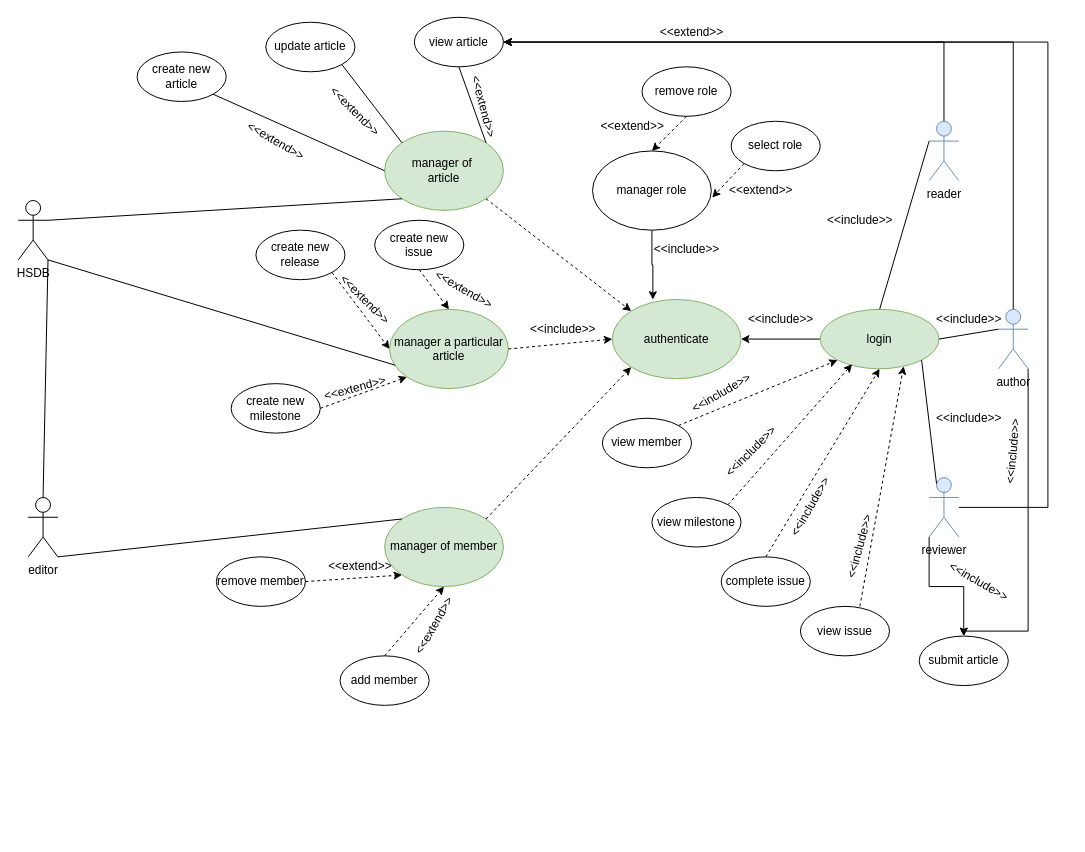
Before: Untitled ff.drawio in stephenka00/github-slideshow, a draw.io diagram. Source tidied: cells renumbered, new cells numbered last; positions are measured from the earlier drawing's top-left corner, leaving out a move shared by most shapes. Both pictures are drawn from the tidied source at 99%, with x=0, y=0 at pixel (18, 17).
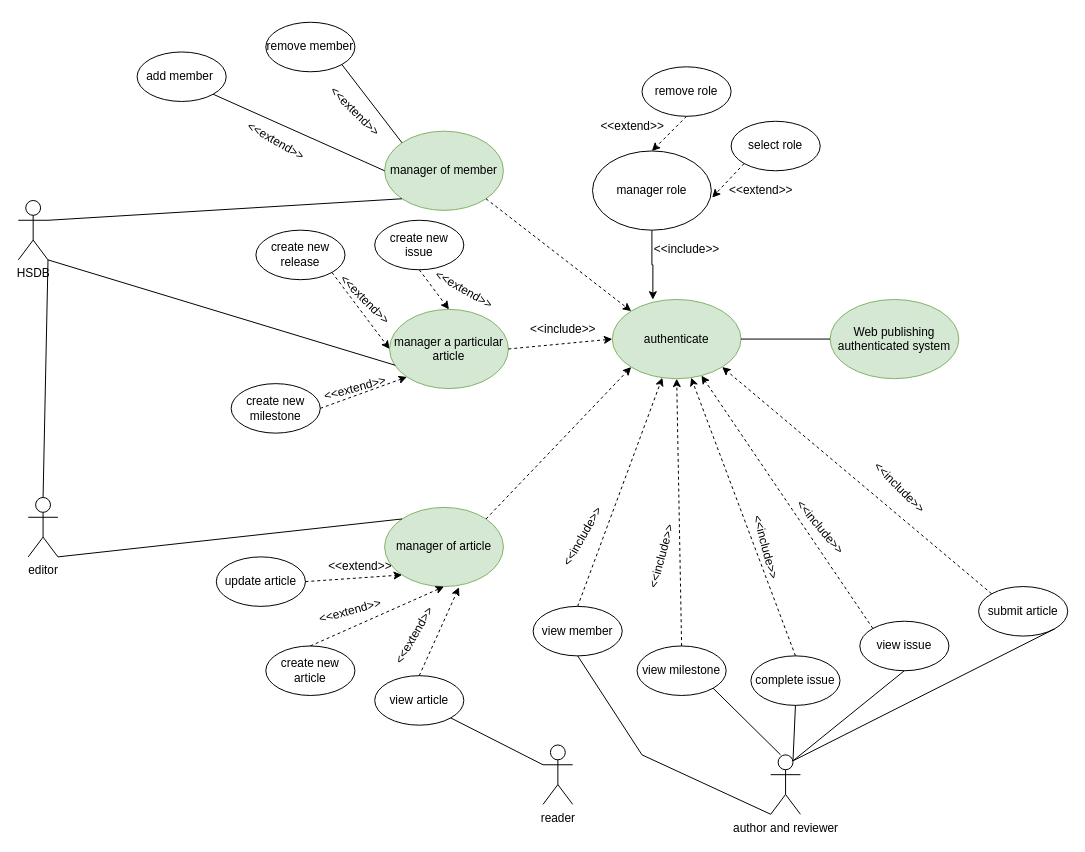
Above is the later version.

Unchanged cells that the change refers to:
```xml
<mxCell id="10" value="authenticate" style="ellipse;whiteSpace=wrap;html=1;fillColor=#d5e8d4;strokeColor=#82b366;" parent="1" vertex="1">
  <mxGeometry x="600" y="285" width="130" height="80" as="geometry" />
</mxCell>
```

What changed in the source:
```diff
@@
-    <mxCell id="2" style="edgeStyle=orthogonalEdgeStyle;rounded=0;jettySize=auto;html=1;entryX=1;entryY=0.5;entryDx=0;entryDy=0;strokeColor=default;" parent="1" edge="1" source="4" target="24">
-      <mxGeometry relative="1" as="geometry">
-        <Array as="points">
-          <mxPoint x="1005" y="25" />
-        </Array>
-      </mxGeometry>
-    </mxCell>
-    <mxCell id="3" style="edgeStyle=orthogonalEdgeStyle;rounded=0;jettySize=auto;html=1;exitX=1;exitY=1;exitDx=0;exitDy=0;exitPerimeter=0;strokeColor=default;" parent="1" edge="1" source="4" target="78">
-      <mxGeometry relative="1" as="geometry">
-        <Array as="points">
-          <mxPoint x="1020" y="620" />
-        </Array>
-      </mxGeometry>
-    </mxCell>
-    <mxCell id="4" value="author" style="shape=umlActor;verticalLabelPosition=bottom;verticalAlign=top;html=1;outlineConnect=0;fillColor=#dae8fc;strokeColor=#6c8ebf;" parent="1" vertex="1">
-      <mxGeometry x="990" y="295" width="30" height="60" as="geometry" />
-    </mxCell>
-    <mxCell id="5" style="edgeStyle=orthogonalEdgeStyle;rounded=0;jettySize=auto;html=1;entryX=1;entryY=0.5;entryDx=0;entryDy=0;strokeColor=default;" parent="1" edge="1" source="7" target="24">
-      <mxGeometry relative="1" as="geometry">
-        <Array as="points">
-          <mxPoint x="1040" y="495" />
-          <mxPoint x="1040" y="25" />
-        </Array>
-      </mxGeometry>
-    </mxCell>
-    <mxCell id="6" style="edgeStyle=orthogonalEdgeStyle;rounded=0;jettySize=auto;html=1;exitX=0;exitY=1;exitDx=0;exitDy=0;exitPerimeter=0;entryX=0.5;entryY=0;entryDx=0;entryDy=0;strokeColor=default;" parent="1" edge="1" source="7" target="78">
-      <mxGeometry relative="1" as="geometry" />
-    </mxCell>
-    <mxCell id="7" value="reviewer" style="shape=umlActor;verticalLabelPosition=bottom;verticalAlign=top;html=1;outlineConnect=0;fillColor=#dae8fc;strokeColor=#6c8ebf;" parent="1" vertex="1">
-      <mxGeometry x="920" y="465" width="30" height="60" as="geometry" />
-    </mxCell>
-    <mxCell id="8" style="edgeStyle=orthogonalEdgeStyle;rounded=0;jettySize=auto;html=1;entryX=1;entryY=0.5;entryDx=0;entryDy=0;strokeColor=default;" parent="1" edge="1" source="9" target="24">
-      <mxGeometry relative="1" as="geometry">
-        <Array as="points">
-          <mxPoint x="935" y="25" />
-        </Array>
-      </mxGeometry>
-    </mxCell>
-    <mxCell id="9" value="reader" style="shape=umlActor;verticalLabelPosition=bottom;verticalAlign=top;html=1;outlineConnect=0;fillColor=#dae8fc;strokeColor=#6c8ebf;" parent="1" vertex="1">
-      <mxGeometry x="920" y="105" width="30" height="60" as="geometry" />
-    </mxCell>
@@
-    <mxCell id="11" value="manager of&amp;nbsp;&lt;br&gt;article" style="ellipse;whiteSpace=wrap;html=1;fillColor=#d5e8d4;strokeColor=#82b366;" parent="1" vertex="1">
+    <mxCell id="11" value="manager of member" style="ellipse;whiteSpace=wrap;html=1;fillColor=#d5e8d4;strokeColor=#82b366;" parent="1" vertex="1">
       <mxGeometry x="370" y="115" width="120" height="80" as="geometry" />
     </mxCell>
@@
-    <mxCell id="13" value="manager of member" style="ellipse;whiteSpace=wrap;html=1;fillColor=#d5e8d4;strokeColor=#82b366;" parent="1" vertex="1">
+    <mxCell id="13" value="manager of article" style="ellipse;whiteSpace=wrap;html=1;fillColor=#d5e8d4;strokeColor=#82b366;" parent="1" vertex="1">
       <mxGeometry x="370" y="495" width="120" height="80" as="geometry" />
     </mxCell>
-    <mxCell id="14" style="edgeStyle=orthogonalEdgeStyle;rounded=0;jettySize=auto;html=1;entryX=1;entryY=0.5;entryDx=0;entryDy=0;" parent="1" edge="1" source="15" target="10">
-      <mxGeometry relative="1" as="geometry" />
-    </mxCell>
-    <mxCell id="15" value="login" style="ellipse;whiteSpace=wrap;html=1;fillColor=#d5e8d4;strokeColor=#82b366;" parent="1" vertex="1">
-      <mxGeometry x="810" y="295" width="120" height="60" as="geometry" />
+    <mxCell id="15" value="Web publishing authenticated system" style="ellipse;whiteSpace=wrap;html=1;fillColor=#d5e8d4;strokeColor=#82b366;" parent="1" vertex="1">
+      <mxGeometry x="820" y="285" width="130" height="80" as="geometry" />
     </mxCell>
-    <mxCell id="16" style="endArrow=none;html=1;rounded=0;exitX=0.25;exitY=0.1;exitDx=0;exitDy=0;exitPerimeter=0;entryX=1;entryY=1;entryDx=0;entryDy=0;" parent="1" edge="1" source="7" target="15">
-      <mxGeometry relative="1" as="geometry" />
-    </mxCell>
-    <mxCell id="17" style="endArrow=none;html=1;rounded=0;exitX=1;exitY=0.5;exitDx=0;exitDy=0;entryX=0;entryY=0.3333333333333333;entryDx=0;entryDy=0;entryPerimeter=0;" parent="1" edge="1" source="15" target="4">
-      <mxGeometry relative="1" as="geometry" />
-    </mxCell>
-    <mxCell id="18" style="endArrow=none;html=1;rounded=0;entryX=0;entryY=0.3333333333333333;entryDx=0;entryDy=0;entryPerimeter=0;exitX=0.5;exitY=0;exitDx=0;exitDy=0;" parent="1" edge="1" source="15" target="9">
-      <mxGeometry relative="1" as="geometry" />
-    </mxCell>
-    <mxCell id="19" value="&amp;lt;&amp;lt;include&amp;gt;&amp;gt;" style="text;html=1;align=center;verticalAlign=middle;strokeColor=none;fillColor=none;" parent="1" vertex="1">
-      <mxGeometry x="730" y="295" width="80" height="20" as="geometry" />
-    </mxCell>
-    <mxCell id="20" value="&amp;lt;&amp;lt;include&amp;gt;&amp;gt;" style="text;html=1;align=center;verticalAlign=middle;strokeColor=none;fillColor=none;" parent="1" vertex="1">
-      <mxGeometry x="920" y="295" width="80" height="20" as="geometry" />
-    </mxCell>
-    <mxCell id="21" value="&amp;lt;&amp;lt;include&amp;gt;&amp;gt;" style="text;html=1;align=center;verticalAlign=middle;strokeColor=none;fillColor=none;" parent="1" vertex="1">
-      <mxGeometry x="920" y="395" width="80" height="20" as="geometry" />
-    </mxCell>
-    <mxCell id="22" value="&amp;lt;&amp;lt;include&amp;gt;&amp;gt;" style="text;html=1;align=center;verticalAlign=middle;strokeColor=none;fillColor=none;" parent="1" vertex="1">
-      <mxGeometry x="810" y="195" width="80" height="20" as="geometry" />
-    </mxCell>
-    <mxCell id="23" value="update article" style="ellipse;whiteSpace=wrap;html=1;" parent="1" vertex="1">
+    <mxCell id="23" value="remove member" style="ellipse;whiteSpace=wrap;html=1;" parent="1" vertex="1">
       <mxGeometry x="250" y="5" width="90" height="50" as="geometry" />
     </mxCell>
     <mxCell id="24" value="view article" style="ellipse;whiteSpace=wrap;html=1;" parent="1" vertex="1">
-      <mxGeometry x="400" width="90" height="50" as="geometry" />
+      <mxGeometry x="360" y="665" width="90" height="50" as="geometry" />
     </mxCell>
-    <mxCell id="25" value="create new article" style="ellipse;whiteSpace=wrap;html=1;" parent="1" vertex="1">
+    <mxCell id="25" value="add member&amp;nbsp;" style="ellipse;whiteSpace=wrap;html=1;" parent="1" vertex="1">
       <mxGeometry x="120" y="35" width="90" height="50" as="geometry" />
     </mxCell>
@@
-    <mxCell id="28" style="endArrow=none;html=1;rounded=0;entryX=0.5;entryY=1;entryDx=0;entryDy=0;exitX=1;exitY=0;exitDx=0;exitDy=0;" parent="1" edge="1" source="11" target="24">
-      <mxGeometry relative="1" as="geometry" />
-    </mxCell>
@@
     <mxCell id="32" value="view issue" style="ellipse;whiteSpace=wrap;html=1;" parent="1" vertex="1">
-      <mxGeometry x="790" y="595" width="90" height="50" as="geometry" />
+      <mxGeometry x="850" y="610" width="90" height="50" as="geometry" />
     </mxCell>
     <mxCell id="33" value="view milestone" style="ellipse;whiteSpace=wrap;html=1;" parent="1" vertex="1">
-      <mxGeometry x="640" y="485" width="90" height="50" as="geometry" />
+      <mxGeometry x="625" y="635" width="90" height="50" as="geometry" />
     </mxCell>
     <mxCell id="34" value="view member" style="ellipse;whiteSpace=wrap;html=1;" parent="1" vertex="1">
-      <mxGeometry x="590" y="405" width="90" height="50" as="geometry" />
+      <mxGeometry x="520" y="595" width="90" height="50" as="geometry" />
     </mxCell>
     <mxCell id="35" value="complete issue" style="ellipse;whiteSpace=wrap;html=1;" parent="1" vertex="1">
-      <mxGeometry x="710" y="545" width="90" height="50" as="geometry" />
+      <mxGeometry x="740" y="645" width="90" height="50" as="geometry" />
     </mxCell>
-    <mxCell id="36" value="add member" style="ellipse;whiteSpace=wrap;html=1;" parent="1" vertex="1">
-      <mxGeometry x="325" y="645" width="90" height="50" as="geometry" />
+    <mxCell id="36" value="create new article" style="ellipse;whiteSpace=wrap;html=1;" parent="1" vertex="1">
+      <mxGeometry x="250" y="635" width="90" height="50" as="geometry" />
     </mxCell>
-    <mxCell id="37" value="remove member" style="ellipse;whiteSpace=wrap;html=1;" parent="1" vertex="1">
+    <mxCell id="37" value="update article" style="ellipse;whiteSpace=wrap;html=1;" parent="1" vertex="1">
       <mxGeometry x="200" y="545" width="90" height="50" as="geometry" />
     </mxCell>
@@
-    <mxCell id="46" style="endArrow=classic;html=1;rounded=0;dashed=1;strokeColor=default;exitX=1;exitY=0;exitDx=0;exitDy=0;entryX=0;entryY=1;entryDx=0;entryDy=0;" parent="1" edge="1" source="34" target="15">
-      <mxGeometry relative="1" as="geometry" />
-    </mxCell>
-    <mxCell id="47" style="endArrow=classic;html=1;rounded=0;dashed=1;strokeColor=default;exitX=1;exitY=0;exitDx=0;exitDy=0;entryX=0.268;entryY=0.924;entryDx=0;entryDy=0;entryPerimeter=0;" parent="1" edge="1" source="33" target="15">
-      <mxGeometry relative="1" as="geometry" />
-    </mxCell>
-    <mxCell id="48" style="endArrow=classic;html=1;rounded=0;dashed=1;strokeColor=default;exitX=0.5;exitY=0;exitDx=0;exitDy=0;entryX=0.5;entryY=1;entryDx=0;entryDy=0;" parent="1" edge="1" source="35" target="15">
-      <mxGeometry relative="1" as="geometry" />
-    </mxCell>
-    <mxCell id="49" style="endArrow=classic;html=1;rounded=0;dashed=1;strokeColor=default;entryX=0.702;entryY=0.959;entryDx=0;entryDy=0;entryPerimeter=0;" parent="1" edge="1" target="15">
-      <mxGeometry relative="1" as="geometry">
-        <mxPoint x="850" y="595" as="sourcePoint" />
-      </mxGeometry>
-    </mxCell>
@@
-    <mxCell id="65" value="&amp;lt;&amp;lt;include&amp;gt;&amp;gt;" style="text;html=1;align=center;verticalAlign=middle;strokeColor=none;fillColor=none;rotation=-30;" parent="1" vertex="1">
-      <mxGeometry x="670" y="370" width="80" height="20" as="geometry" />
-    </mxCell>
-    <mxCell id="66" value="&amp;lt;&amp;lt;include&amp;gt;&amp;gt;" style="text;html=1;align=center;verticalAlign=middle;strokeColor=none;fillColor=none;rotation=-45;" parent="1" vertex="1">
-      <mxGeometry x="700" y="429" width="80" height="20" as="geometry" />
-    </mxCell>
-    <mxCell id="67" value="&amp;lt;&amp;lt;include&amp;gt;&amp;gt;" style="text;html=1;align=center;verticalAlign=middle;strokeColor=none;fillColor=none;rotation=-60;" parent="1" vertex="1">
-      <mxGeometry x="760" y="485" width="80" height="20" as="geometry" />
-    </mxCell>
-    <mxCell id="68" value="&amp;lt;&amp;lt;include&amp;gt;&amp;gt;" style="text;html=1;align=center;verticalAlign=middle;strokeColor=none;fillColor=none;rotation=-75;" parent="1" vertex="1">
-      <mxGeometry x="810" y="525" width="80" height="20" as="geometry" />
-    </mxCell>
@@
-    <mxCell id="70" value="&amp;lt;&amp;lt;extend&amp;gt;&amp;gt;" style="text;html=1;align=center;verticalAlign=middle;strokeColor=none;fillColor=none;rotation=75;" parent="1" vertex="1">
-      <mxGeometry x="430" y="80" width="80" height="20" as="geometry" />
-    </mxCell>
@@
-    <mxCell id="77" value="&amp;lt;&amp;lt;extend&amp;gt;&amp;gt;" style="text;html=1;align=center;verticalAlign=middle;strokeColor=none;fillColor=none;rotation=-60;" parent="1" vertex="1">
-      <mxGeometry x="380" y="605" width="80" height="20" as="geometry" />
+    <mxCell id="77" value="&amp;lt;&amp;lt;extend&amp;gt;&amp;gt;" style="text;html=1;align=center;verticalAlign=middle;strokeColor=none;fillColor=none;rotation=-15;" parent="1" vertex="1">
+      <mxGeometry x="295" y="590" width="80" height="20" as="geometry" />
     </mxCell>
     <mxCell id="78" value="submit article" style="ellipse;whiteSpace=wrap;html=1;" parent="1" vertex="1">
-      <mxGeometry x="910" y="625" width="90" height="50" as="geometry" />
+      <mxGeometry x="970" y="575" width="90" height="50" as="geometry" />
     </mxCell>
-    <mxCell id="79" value="&amp;lt;&amp;lt;extend&amp;gt;&amp;gt;" style="text;html=1;align=center;verticalAlign=middle;strokeColor=none;fillColor=none;" parent="1" vertex="1">
-      <mxGeometry x="640" y="5" width="80" height="20" as="geometry" />
-    </mxCell>
-    <mxCell id="80" value="&amp;lt;&amp;lt;include&amp;gt;&amp;gt;" style="text;html=1;align=center;verticalAlign=middle;strokeColor=none;fillColor=none;rotation=-85;" parent="1" vertex="1">
-      <mxGeometry x="965" y="429" width="80" height="20" as="geometry" />
-    </mxCell>
-    <mxCell id="81" value="&amp;lt;&amp;lt;include&amp;gt;&amp;gt;" style="text;html=1;align=center;verticalAlign=middle;strokeColor=none;fillColor=none;rotation=30;" parent="1" vertex="1">
-      <mxGeometry x="930" y="560" width="80" height="20" as="geometry" />
-    </mxCell>
+    <mxCell id="82" style="endArrow=classic;html=1;rounded=0;dashed=1;strokeColor=default;exitX=0.5;exitY=0;exitDx=0;exitDy=0;" parent="1" edge="1" source="34" target="10">
+      <mxGeometry relative="1" as="geometry" />
+    </mxCell>
+    <mxCell id="83" style="endArrow=classic;html=1;rounded=0;dashed=1;strokeColor=default;entryX=0.5;entryY=1;entryDx=0;entryDy=0;exitX=0.5;exitY=0;exitDx=0;exitDy=0;" parent="1" edge="1" source="33" target="10">
+      <mxGeometry relative="1" as="geometry" />
+    </mxCell>
+    <mxCell id="84" style="endArrow=classic;html=1;rounded=0;dashed=1;strokeColor=default;exitX=0.5;exitY=0;exitDx=0;exitDy=0;" parent="1" edge="1" source="35" target="10">
+      <mxGeometry relative="1" as="geometry" />
+    </mxCell>
+    <mxCell id="85" style="endArrow=classic;html=1;rounded=0;dashed=1;strokeColor=default;exitX=0;exitY=0;exitDx=0;exitDy=0;" parent="1" edge="1" source="32" target="10">
+      <mxGeometry relative="1" as="geometry" />
+    </mxCell>
+    <mxCell id="86" style="endArrow=classic;html=1;rounded=0;dashed=1;strokeColor=default;entryX=1;entryY=1;entryDx=0;entryDy=0;exitX=0;exitY=0;exitDx=0;exitDy=0;" parent="1" edge="1" source="78" target="10">
+      <mxGeometry relative="1" as="geometry" />
+    </mxCell>
+    <mxCell id="87" value="&amp;lt;&amp;lt;include&amp;gt;&amp;gt;" style="text;html=1;align=center;verticalAlign=middle;strokeColor=none;fillColor=none;rotation=45;" parent="1" vertex="1">
+      <mxGeometry x="850" y="465" width="80" height="20" as="geometry" />
+    </mxCell>
+    <mxCell id="88" value="&amp;lt;&amp;lt;include&amp;gt;&amp;gt;" style="text;html=1;align=center;verticalAlign=middle;strokeColor=none;fillColor=none;rotation=50;" parent="1" vertex="1">
+      <mxGeometry x="770" y="505" width="80" height="20" as="geometry" />
+    </mxCell>
+    <mxCell id="89" value="&amp;lt;&amp;lt;include&amp;gt;&amp;gt;" style="text;html=1;align=center;verticalAlign=middle;strokeColor=none;fillColor=none;rotation=75;" parent="1" vertex="1">
+      <mxGeometry x="715" y="525" width="80" height="20" as="geometry" />
+    </mxCell>
+    <mxCell id="68" value="&amp;lt;&amp;lt;include&amp;gt;&amp;gt;" style="text;html=1;align=center;verticalAlign=middle;strokeColor=none;fillColor=none;rotation=-75;" parent="1" vertex="1">
+      <mxGeometry x="610" y="535" width="80" height="20" as="geometry" />
+    </mxCell>
+    <mxCell id="67" value="&amp;lt;&amp;lt;include&amp;gt;&amp;gt;" style="text;html=1;align=center;verticalAlign=middle;strokeColor=none;fillColor=none;rotation=-60;" parent="1" vertex="1">
+      <mxGeometry x="530" y="515" width="80" height="20" as="geometry" />
+    </mxCell>
+    <mxCell id="90" style="endArrow=none;html=1;rounded=0;strokeColor=default;exitX=1;exitY=0.5;exitDx=0;exitDy=0;entryX=0;entryY=0.5;entryDx=0;entryDy=0;" parent="1" edge="1" source="10" target="15">
+      <mxGeometry relative="1" as="geometry" />
+    </mxCell>
+    <mxCell id="91" value="author and reviewer" style="shape=umlActor;verticalLabelPosition=bottom;verticalAlign=top;html=1;outlineConnect=0;" parent="1" vertex="1">
+      <mxGeometry x="760" y="745" width="30" height="60" as="geometry" />
+    </mxCell>
+    <mxCell id="9" value="reader" style="shape=umlActor;verticalLabelPosition=bottom;verticalAlign=top;html=1;outlineConnect=0;" parent="1" vertex="1">
+      <mxGeometry x="530" y="735" width="30" height="60" as="geometry" />
+    </mxCell>
+    <mxCell id="92" style="endArrow=classic;html=1;rounded=0;strokeColor=default;dashed=1;entryX=0.626;entryY=1.009;entryDx=0;entryDy=0;entryPerimeter=0;exitX=0.5;exitY=0;exitDx=0;exitDy=0;" parent="1" edge="1" source="24" target="13">
+      <mxGeometry relative="1" as="geometry" />
+    </mxCell>
+    <mxCell id="93" value="&amp;lt;&amp;lt;extend&amp;gt;&amp;gt;" style="text;html=1;align=center;verticalAlign=middle;strokeColor=none;fillColor=none;rotation=-60;" parent="1" vertex="1">
+      <mxGeometry x="360" y="615" width="80" height="20" as="geometry" />
+    </mxCell>
+    <mxCell id="8" style="endArrow=none;html=1;rounded=0;strokeColor=default;entryX=1;entryY=1;entryDx=0;entryDy=0;exitX=0;exitY=0.3333333333333333;exitDx=0;exitDy=0;exitPerimeter=0;" parent="1" edge="1" source="9" target="24">
+      <mxGeometry relative="1" as="geometry" />
+    </mxCell>
+    <mxCell id="94" style="endArrow=none;html=1;rounded=0;strokeColor=default;entryX=0.5;entryY=1;entryDx=0;entryDy=0;exitX=0;exitY=1;exitDx=0;exitDy=0;exitPerimeter=0;" parent="1" edge="1" source="91" target="34">
+      <mxGeometry relative="1" as="geometry">
+        <Array as="points">
+          <mxPoint x="630" y="745" />
+        </Array>
+      </mxGeometry>
+    </mxCell>
+    <mxCell id="95" style="endArrow=none;html=1;rounded=0;strokeColor=default;entryX=1;entryY=1;entryDx=0;entryDy=0;" parent="1" edge="1" target="33">
+      <mxGeometry relative="1" as="geometry">
+        <mxPoint x="770" y="745" as="sourcePoint" />
+        <Array as="points">
+          <mxPoint x="770" y="745" />
+        </Array>
+      </mxGeometry>
+    </mxCell>
+    <mxCell id="96" style="endArrow=none;html=1;rounded=0;strokeColor=default;entryX=0.5;entryY=1;entryDx=0;entryDy=0;exitX=0.75;exitY=0.1;exitDx=0;exitDy=0;exitPerimeter=0;" parent="1" edge="1" source="91" target="35">
+      <mxGeometry relative="1" as="geometry" />
+    </mxCell>
+    <mxCell id="97" style="endArrow=none;html=1;rounded=0;strokeColor=default;exitX=0.75;exitY=0.1;exitDx=0;exitDy=0;exitPerimeter=0;entryX=0.5;entryY=1;entryDx=0;entryDy=0;" parent="1" edge="1" source="91" target="32">
+      <mxGeometry relative="1" as="geometry" />
+    </mxCell>
+    <mxCell id="98" style="endArrow=none;html=1;rounded=0;strokeColor=default;exitX=0.75;exitY=0.1;exitDx=0;exitDy=0;exitPerimeter=0;entryX=1;entryY=1;entryDx=0;entryDy=0;" parent="1" edge="1" source="91" target="78">
+      <mxGeometry relative="1" as="geometry" />
+    </mxCell>
```
